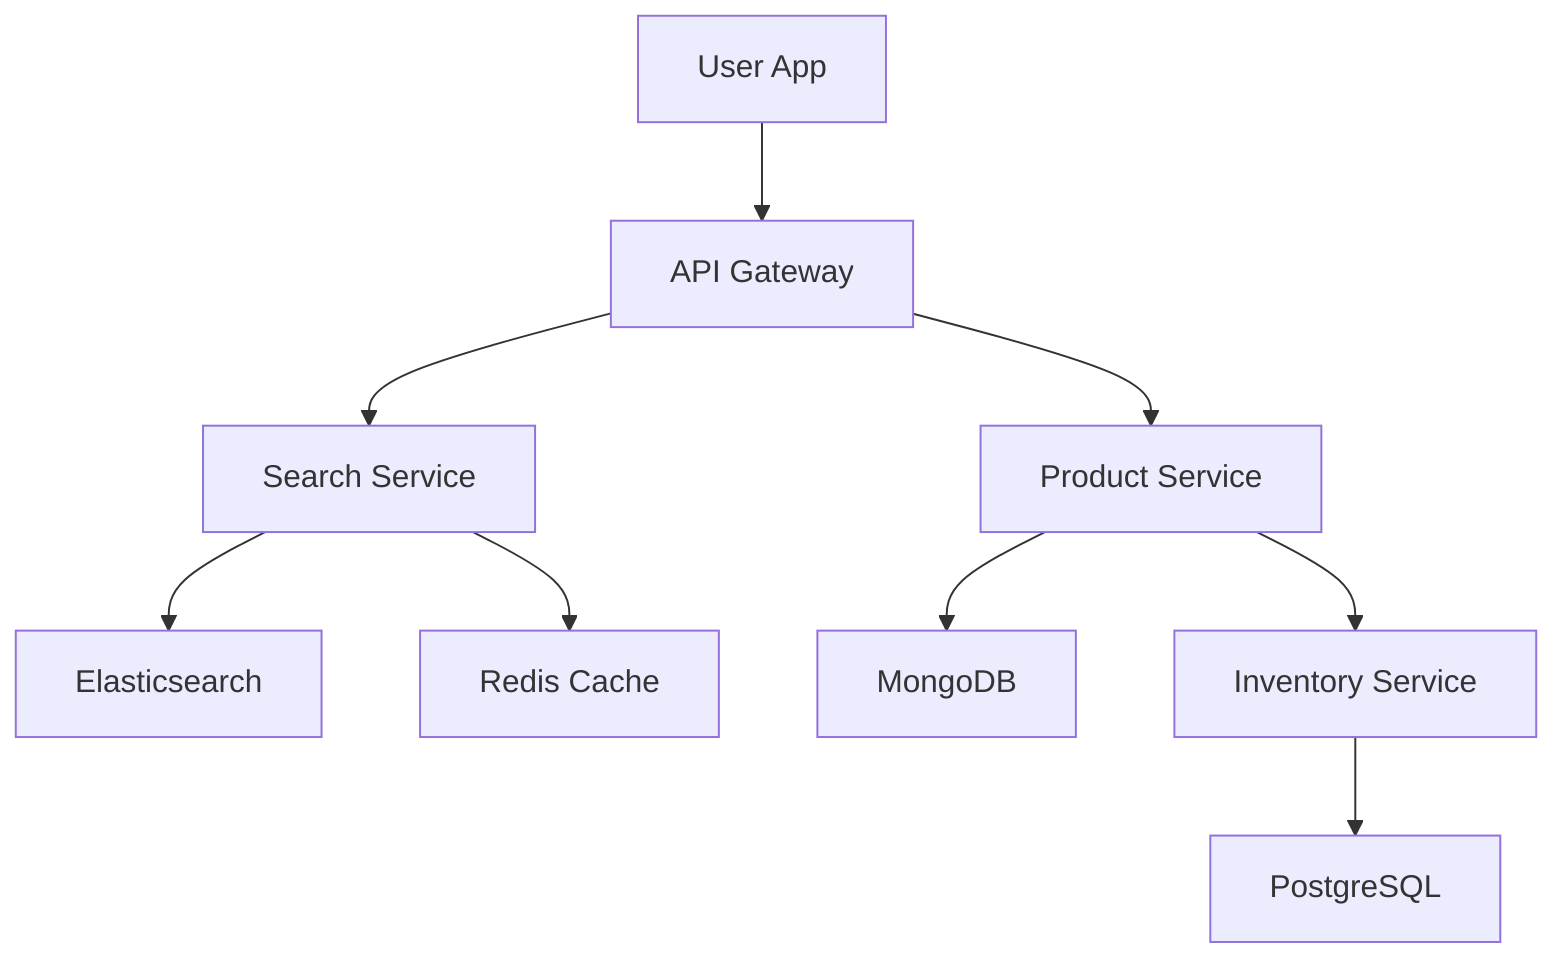
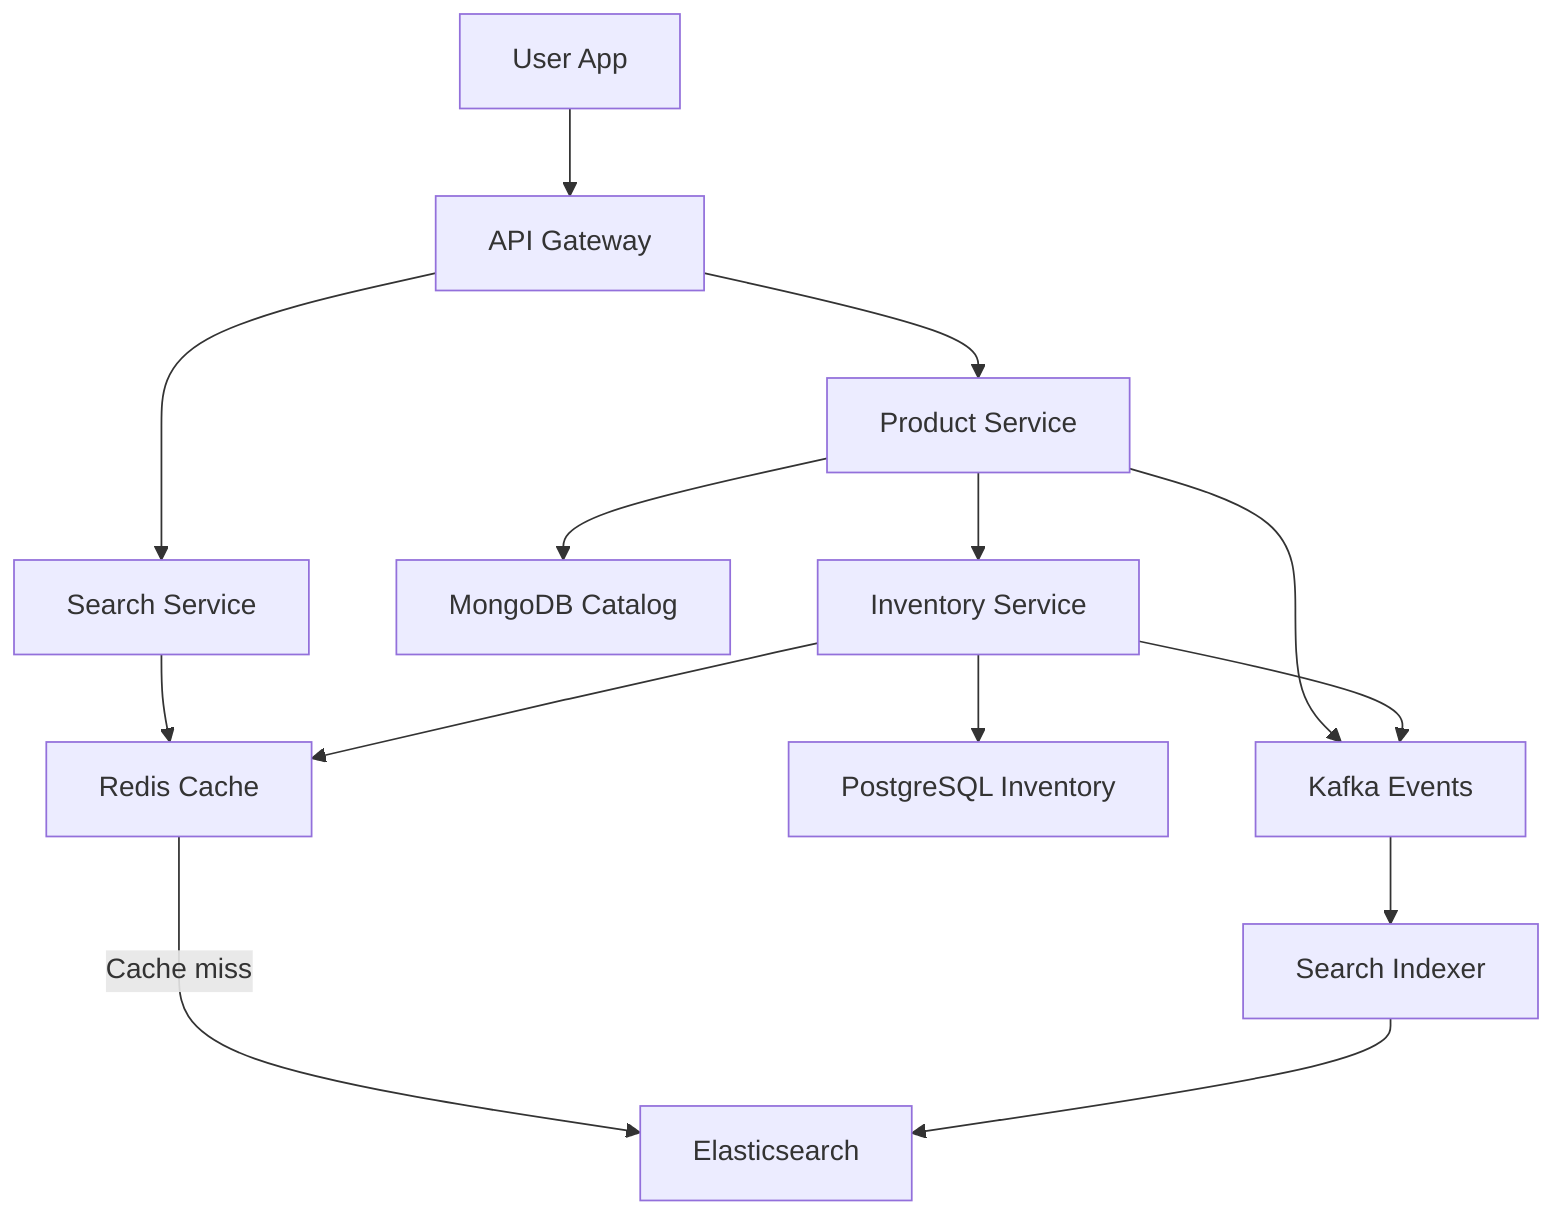
graph TB
  A[User App] --> B[API Gateway]
+ 
  B --> C[Search Service]
  B --> D[Product Service]
-   C --> E[Elasticsearch]
-   D --> F[MongoDB]
+ 
  C --> G[Redis Cache]
+   G -->|Cache miss| E[Elasticsearch]
+ 
+   D --> F[MongoDB Catalog]
  D --> H[Inventory Service]
-   H --> I[PostgreSQL]
+ 
+   H --> I[PostgreSQL Inventory]
+   H --> G
+ 
+   D --> J[Kafka Events]
+   H --> J
+   J --> K[Search Indexer]
+   K --> E
